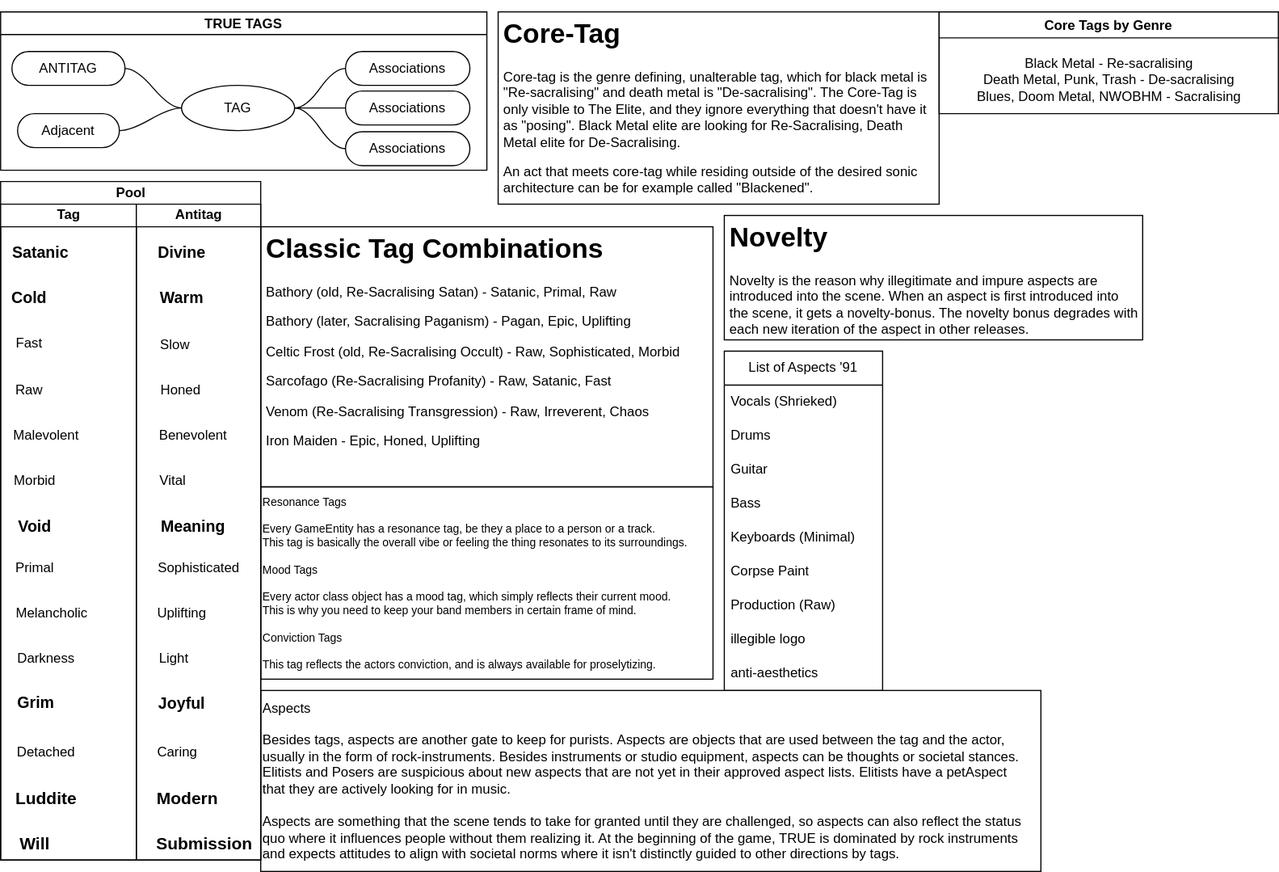
The draw.io diagram TheProspector/Assets/Schematics/TRUE.svg in SakuNurmiranta/TheProspector, before a commit. Source tidied: cells renumbered, new cells last; positions are measured from the earlier drawing's top-left corner, leaving out a move shared by most shapes.
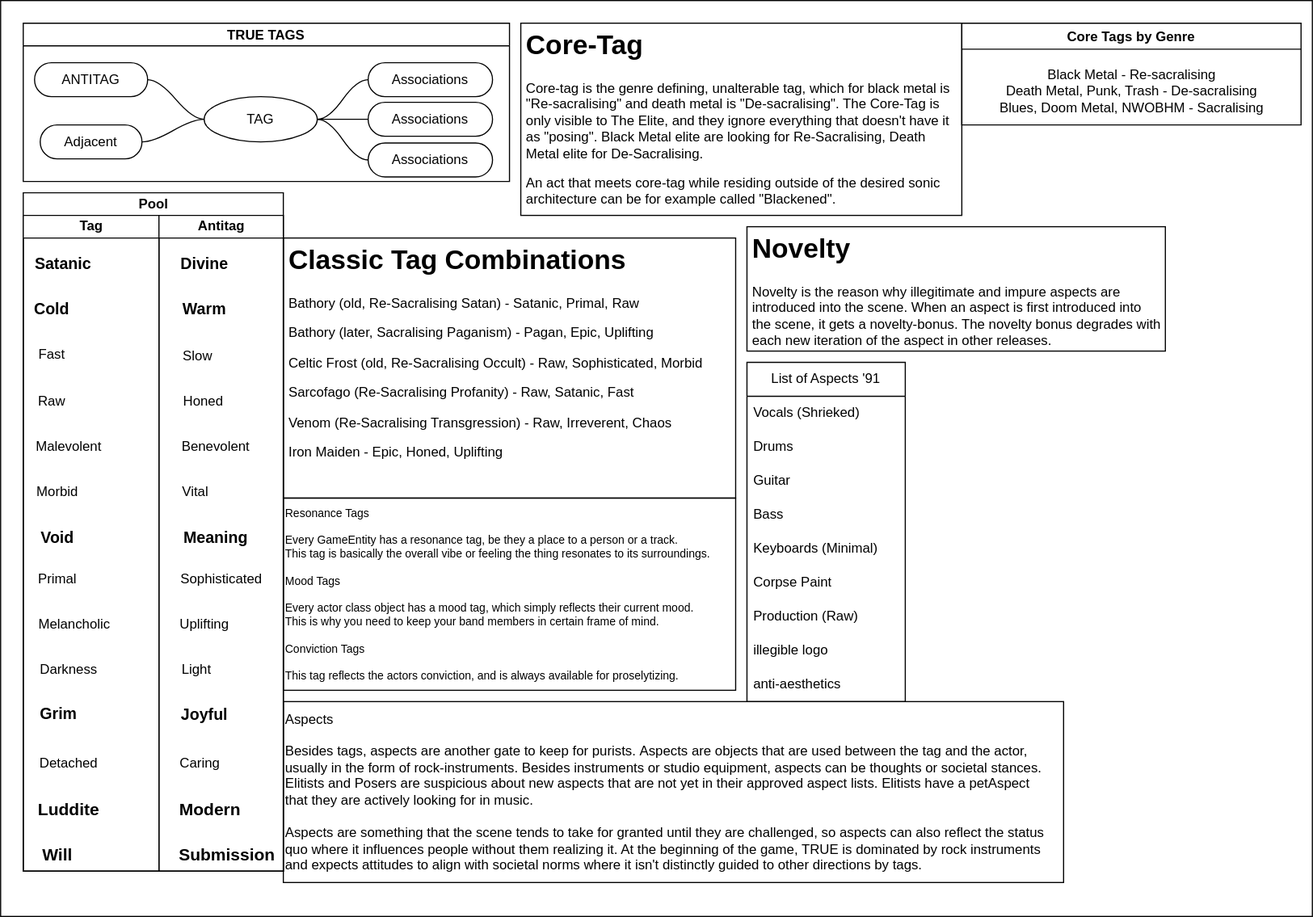
After the change.

Change to the diagram source:
```diff
@@ -2,6 +2,9 @@
   <root>
     <mxCell id="0" />
     <mxCell id="1" parent="0" />
+    <mxCell id="62" style="whiteSpace=wrap;html=1;" parent="1" vertex="1">
+      <mxGeometry x="-20" y="-20" width="1160" height="810" as="geometry" />
+    </mxCell>
     <mxCell id="2" value="TRUE TAGS" style="swimlane;startSize=20;horizontal=1;containerType=tree;" parent="1" vertex="1">
       <mxGeometry width="430" height="140" as="geometry" />
     </mxCell>
```
